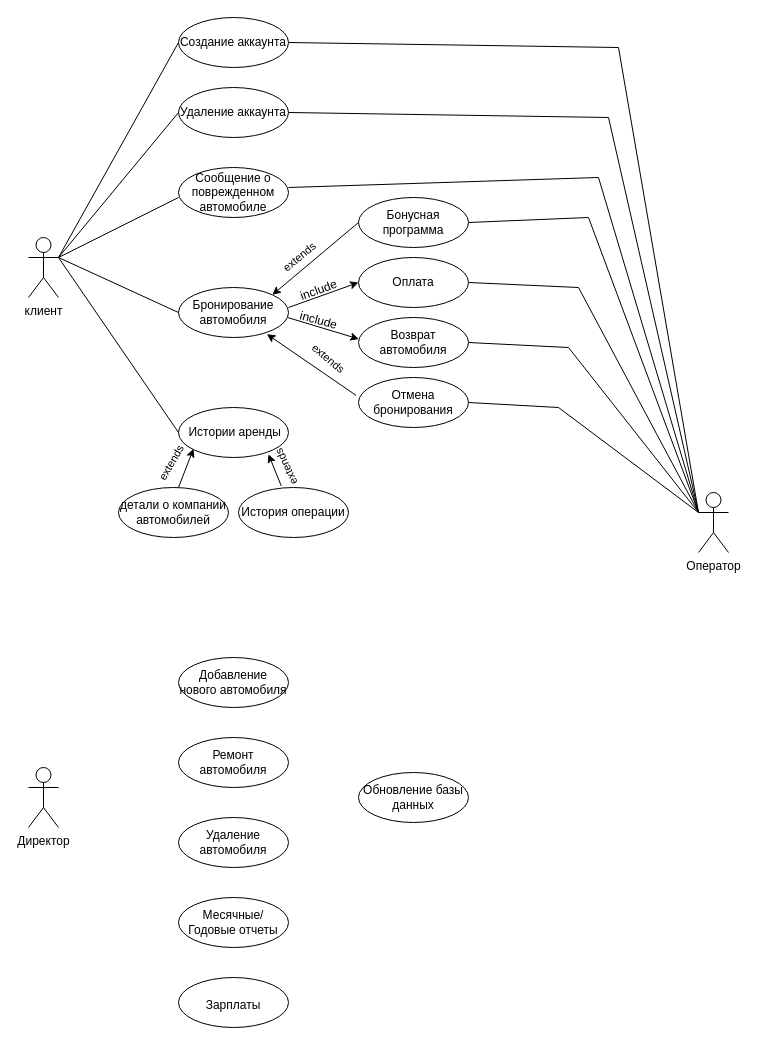
Above: page "Page-2" (2 of 2) of akmis_second_pr.drawio in mati-tech/draw.io (draw.io), before the change. Source tidied: cells renumbered, new cells numbered last; positions are measured from the earlier drawing's top-left corner, leaving out a move shared by most shapes. Both pictures are drawn from the tidied source at 100%, with x=0, y=0 at pixel (28, 17).
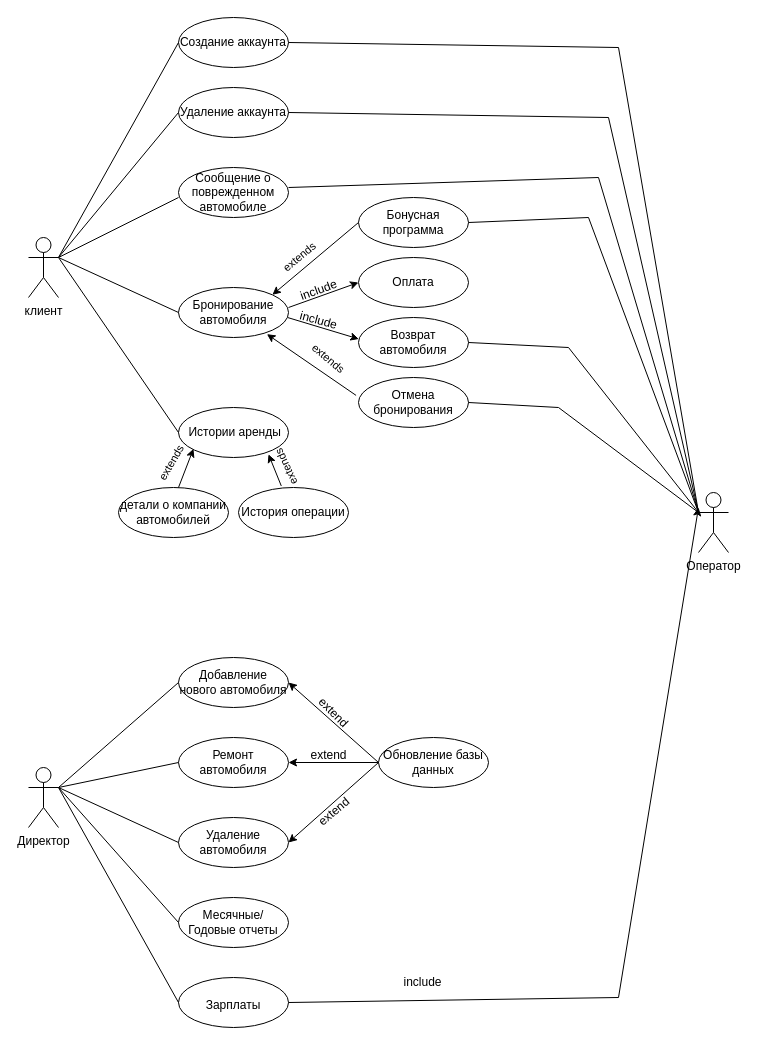
After the change.

The change refers to these unchanged cells:
```xml
<mxCell id="8" value="Оплата" style="ellipse;whiteSpace=wrap;html=1;" parent="1" vertex="1">
  <mxGeometry x="330" y="240" width="110" height="50" as="geometry" />
</mxCell>
<mxCell id="14" value="Оператор&lt;div&gt;&lt;br/&gt;&lt;/div&gt;" style="shape=umlActor;verticalLabelPosition=bottom;verticalAlign=top;html=1;outlineConnect=0;" parent="1" vertex="1">
  <mxGeometry x="670" y="475" width="30" height="60" as="geometry" />
</mxCell>
<mxCell id="15" value="Директор" style="shape=umlActor;verticalLabelPosition=bottom;verticalAlign=top;html=1;outlineConnect=0;" parent="1" vertex="1">
  <mxGeometry y="750" width="30" height="60" as="geometry" />
</mxCell>
<mxCell id="16" value="Месячные/Годовые отчеты" style="ellipse;whiteSpace=wrap;html=1;" parent="1" vertex="1">
  <mxGeometry x="150" y="880" width="110" height="50" as="geometry" />
</mxCell>
<mxCell id="17" value="Добавление нового автомобиля" style="ellipse;whiteSpace=wrap;html=1;" parent="1" vertex="1">
  <mxGeometry x="150" y="640" width="110" height="50" as="geometry" />
</mxCell>
<mxCell id="18" value="Ремонт автомобиля" style="ellipse;whiteSpace=wrap;html=1;" parent="1" vertex="1">
  <mxGeometry x="150" y="720" width="110" height="50" as="geometry" />
</mxCell>
<mxCell id="19" value="Удаление автомобиля" style="ellipse;whiteSpace=wrap;html=1;" parent="1" vertex="1">
  <mxGeometry x="150" y="800" width="110" height="50" as="geometry" />
</mxCell>
<mxCell id="21" value="Зарплаты&lt;span style=&quot;color: rgb(236, 236, 236); font-family: Söhne, ui-sans-serif, system-ui, -apple-system, &amp;quot;Segoe UI&amp;quot;, Roboto, Ubuntu, Cantarell, &amp;quot;Noto Sans&amp;quot;, sans-serif, &amp;quot;Helvetica Neue&amp;quot;, Arial, &amp;quot;Apple Color Emoji&amp;quot;, &amp;quot;Segoe UI Emoji&amp;quot;, &amp;quot;Segoe UI Symbol&amp;quot;, &amp;quot;Noto Color Emoji&amp;quot;; font-size: 18px; text-align: left; background-color: rgb(33, 33, 33);&quot;&gt; &lt;/span&gt;" style="ellipse;whiteSpace=wrap;html=1;" parent="1" vertex="1">
  <mxGeometry x="150" y="960" width="110" height="50" as="geometry" />
</mxCell>
```

Change to the diagram source:
```diff
@@
     <mxCell id="20" value="Обновление базы данных" style="ellipse;whiteSpace=wrap;html=1;" parent="1" vertex="1">
-      <mxGeometry x="330" y="755" width="110" height="50" as="geometry" />
+      <mxGeometry x="350" y="720" width="110" height="50" as="geometry" />
     </mxCell>
@@
-    <mxCell id="42" style="endArrow=none;html=1;rounded=0;exitX=1;exitY=0.5;exitDx=0;exitDy=0;" parent="1" edge="1" source="8">
-      <mxGeometry relative="1" as="geometry">
-        <mxPoint x="550" y="270" as="targetPoint" />
-      </mxGeometry>
-    </mxCell>
@@
-    <mxCell id="50" style="endArrow=none;html=1;rounded=0;exitX=0;exitY=0.3333333333333333;exitDx=0;exitDy=0;exitPerimeter=0;" parent="1" edge="1" source="14">
-      <mxGeometry relative="1" as="geometry">
-        <mxPoint x="550" y="270" as="targetPoint" />
-      </mxGeometry>
-    </mxCell>
@@
+    <mxCell id="53" style="endArrow=none;html=1;rounded=0;entryX=0;entryY=0.5;entryDx=0;entryDy=0;" parent="1" edge="1" target="17">
+      <mxGeometry relative="1" as="geometry">
+        <mxPoint x="30" y="770" as="sourcePoint" />
+      </mxGeometry>
+    </mxCell>
+    <mxCell id="54" style="endArrow=none;html=1;rounded=0;entryX=0;entryY=0.5;entryDx=0;entryDy=0;" parent="1" edge="1" target="18">
+      <mxGeometry relative="1" as="geometry">
+        <mxPoint x="30" y="770" as="sourcePoint" />
+      </mxGeometry>
+    </mxCell>
+    <mxCell id="55" style="endArrow=none;html=1;rounded=0;entryX=0;entryY=0.5;entryDx=0;entryDy=0;exitX=1;exitY=0.3333333333333333;exitDx=0;exitDy=0;exitPerimeter=0;" parent="1" edge="1" source="15" target="19">
+      <mxGeometry relative="1" as="geometry" />
+    </mxCell>
+    <mxCell id="56" style="endArrow=none;html=1;rounded=0;entryX=0;entryY=0.5;entryDx=0;entryDy=0;" parent="1" edge="1" target="16">
+      <mxGeometry relative="1" as="geometry">
+        <mxPoint x="30" y="770" as="sourcePoint" />
+      </mxGeometry>
+    </mxCell>
+    <mxCell id="57" style="endArrow=none;html=1;rounded=0;entryX=0;entryY=0.5;entryDx=0;entryDy=0;" parent="1" edge="1" target="21">
+      <mxGeometry relative="1" as="geometry">
+        <mxPoint x="30" y="770" as="sourcePoint" />
+      </mxGeometry>
+    </mxCell>
+    <mxCell id="58" style="endArrow=classic;html=1;rounded=0;entryX=1;entryY=0.5;entryDx=0;entryDy=0;exitX=0;exitY=0.5;exitDx=0;exitDy=0;" parent="1" edge="1" source="20" target="17">
+      <mxGeometry relative="1" as="geometry" />
+    </mxCell>
+    <mxCell id="59" style="endArrow=classic;html=1;rounded=0;entryX=1;entryY=0.5;entryDx=0;entryDy=0;exitX=0;exitY=0.5;exitDx=0;exitDy=0;" parent="1" edge="1" source="20" target="18">
+      <mxGeometry relative="1" as="geometry" />
+    </mxCell>
+    <mxCell id="60" style="endArrow=classic;html=1;rounded=0;entryX=1;entryY=0.5;entryDx=0;entryDy=0;exitX=0;exitY=0.5;exitDx=0;exitDy=0;" parent="1" edge="1" source="20" target="19">
+      <mxGeometry relative="1" as="geometry" />
+    </mxCell>
+    <mxCell id="61" value="extend&lt;div&gt;&lt;br/&gt;&lt;/div&gt;" style="text;html=1;align=center;verticalAlign=middle;strokeColor=none;fillColor=none;rotation=45;" parent="1" vertex="1">
+      <mxGeometry x="270" y="680" width="60" height="40" as="geometry" />
+    </mxCell>
+    <mxCell id="62" value="extend&lt;div&gt;&lt;br/&gt;&lt;/div&gt;" style="text;html=1;align=center;verticalAlign=middle;strokeColor=none;fillColor=none;rotation=-40;" parent="1" vertex="1">
+      <mxGeometry x="280" y="780" width="60" height="40" as="geometry" />
+    </mxCell>
+    <mxCell id="63" value="extend&lt;div&gt;&lt;br/&gt;&lt;/div&gt;" style="text;html=1;align=center;verticalAlign=middle;strokeColor=none;fillColor=none;rotation=0;" parent="1" vertex="1">
+      <mxGeometry x="270" y="725" width="60" height="40" as="geometry" />
+    </mxCell>
+    <mxCell id="64" style="endArrow=none;html=1;rounded=0;exitX=1;exitY=0.5;exitDx=0;exitDy=0;" parent="1" edge="1" source="21">
+      <mxGeometry relative="1" as="geometry">
+        <mxPoint x="590" y="980" as="targetPoint" />
+      </mxGeometry>
+    </mxCell>
+    <mxCell id="65" style="endArrow=classic;html=1;rounded=0;" parent="1" edge="1">
+      <mxGeometry relative="1" as="geometry">
+        <mxPoint x="590" y="980" as="sourcePoint" />
+        <mxPoint x="670" y="490" as="targetPoint" />
+      </mxGeometry>
+    </mxCell>
+    <mxCell id="66" value="include" style="text;html=1;align=center;verticalAlign=middle;strokeColor=none;fillColor=none;rotation=0;" parent="1" vertex="1">
+      <mxGeometry x="364" y="950" width="60" height="30" as="geometry" />
+    </mxCell>
```
